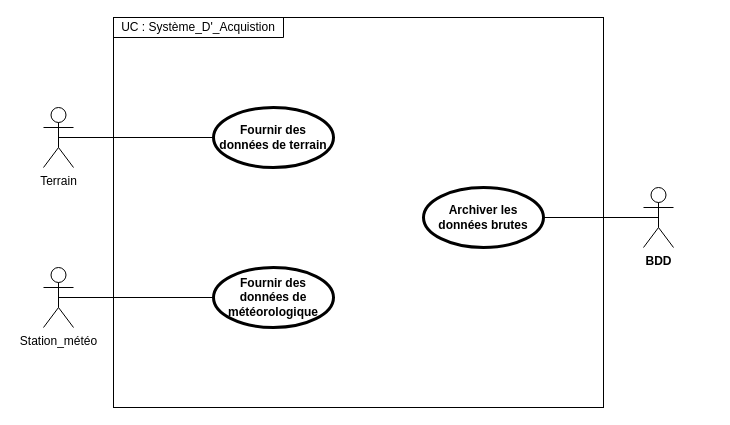
This is SYSML/Use_Case_Système_Acquisition.drawio from ToGen49/Hippodrome, a draw.io file, before an edit. Source tidied: cells renumbered, new cells numbered last; positions are measured from the earlier drawing's top-left corner, leaving out a move shared by most shapes. Both pictures are drawn from the tidied source at 100%, with x=0, y=0 at pixel (43, 17).
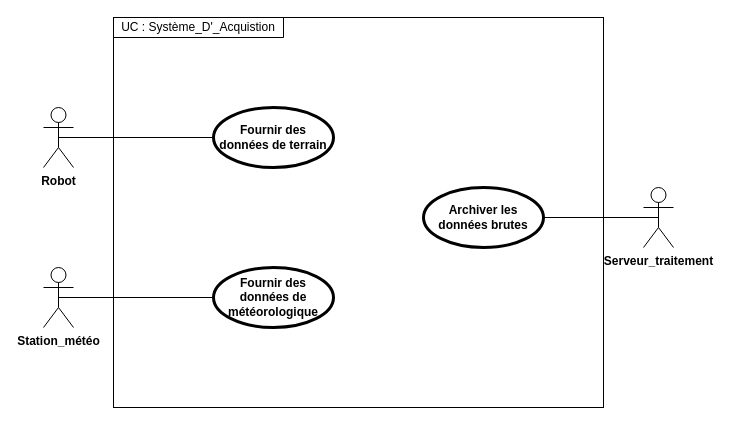
Above is the later version.

Commit message:
Mettre à jour Use_Case_Système_Acquisition.drawio

The edit, as a diff of the source:
```diff
@@
 <mxGraphModel>
   <root>
     <mxCell id="0" />
     <mxCell id="1" parent="0" />
-    <mxCell id="2" value="&lt;b&gt;BDD&lt;/b&gt;" style="shape=umlActor;html=1;verticalLabelPosition=bottom;verticalAlign=top;align=center;" parent="1" vertex="1">
+    <mxCell id="2" value="&lt;b&gt;Serveur_traitement&lt;/b&gt;" style="shape=umlActor;html=1;verticalLabelPosition=bottom;verticalAlign=top;align=center;" parent="1" vertex="1">
       <mxGeometry x="600" y="170" width="30" height="60" as="geometry" />
     </mxCell>
     <mxCell id="3" style="rounded=0;whiteSpace=wrap;html=1;" parent="1" vertex="1">
       <mxGeometry x="70" width="490" height="390" as="geometry" />
     </mxCell>
     <mxCell id="4" value="UC : Système_D'_Acquistion" style="shape=partialRectangle;whiteSpace=wrap;html=1;top=0;left=0;fillColor=none;" parent="1" vertex="1">
       <mxGeometry x="70" width="170" height="20" as="geometry" />
     </mxCell>
-    <mxCell id="5" value="Terrain" style="shape=umlActor;html=1;verticalLabelPosition=bottom;verticalAlign=top;align=center;" parent="1" vertex="1">
+    <mxCell id="5" value="&lt;b&gt;Robot&lt;/b&gt;" style="shape=umlActor;html=1;verticalLabelPosition=bottom;verticalAlign=top;align=center;" parent="1" vertex="1">
       <mxGeometry y="90" width="30" height="60" as="geometry" />
     </mxCell>
-    <mxCell id="6" value="Station_météo" style="shape=umlActor;html=1;verticalLabelPosition=bottom;verticalAlign=top;align=center;" parent="1" vertex="1">
+    <mxCell id="6" value="&lt;b&gt;Station_météo&lt;/b&gt;" style="shape=umlActor;html=1;verticalLabelPosition=bottom;verticalAlign=top;align=center;" parent="1" vertex="1">
       <mxGeometry y="250" width="30" height="60" as="geometry" />
     </mxCell>
     <mxCell id="7" value="Fournir des données de terrain" style="shape=ellipse;html=1;strokeWidth=3;fontStyle=1;whiteSpace=wrap;align=center;perimeter=ellipsePerimeter;" parent="1" vertex="1">
       <mxGeometry x="170" y="90" width="120" height="60" as="geometry" />
     </mxCell>
     <mxCell id="8" value="Fournir des données de météorologique" style="shape=ellipse;html=1;strokeWidth=3;fontStyle=1;whiteSpace=wrap;align=center;perimeter=ellipsePerimeter;" parent="1" vertex="1">
       <mxGeometry x="170" y="250" width="120" height="60" as="geometry" />
     </mxCell>
     <mxCell id="9" style="edgeStyle=none;html=1;endArrow=none;verticalAlign=bottom;rounded=0;exitX=0.5;exitY=0.5;exitDx=0;exitDy=0;exitPerimeter=0;entryX=0;entryY=0.5;entryDx=0;entryDy=0;" parent="1" edge="1" source="6" target="8">
       <mxGeometry relative="1" as="geometry" />
     </mxCell>
     <mxCell id="10" style="edgeStyle=none;html=1;endArrow=none;verticalAlign=bottom;rounded=0;exitX=0.5;exitY=0.5;exitDx=0;exitDy=0;exitPerimeter=0;entryX=0;entryY=0.5;entryDx=0;entryDy=0;" parent="1" edge="1" source="5" target="7">
       <mxGeometry relative="1" as="geometry" />
     </mxCell>
     <mxCell id="11" value="Archiver les données brutes" style="shape=ellipse;html=1;strokeWidth=3;fontStyle=1;whiteSpace=wrap;align=center;perimeter=ellipsePerimeter;" parent="1" vertex="1">
       <mxGeometry x="380" y="170" width="120" height="60" as="geometry" />
     </mxCell>
     <mxCell id="12" style="edgeStyle=none;html=1;endArrow=none;verticalAlign=bottom;rounded=0;entryX=0.5;entryY=0.5;entryDx=0;entryDy=0;entryPerimeter=0;exitX=1;exitY=0.5;exitDx=0;exitDy=0;" parent="1" edge="1" source="11" target="2">
       <mxGeometry relative="1" as="geometry" />
     </mxCell>
   </root>
 </mxGraphModel>
```
